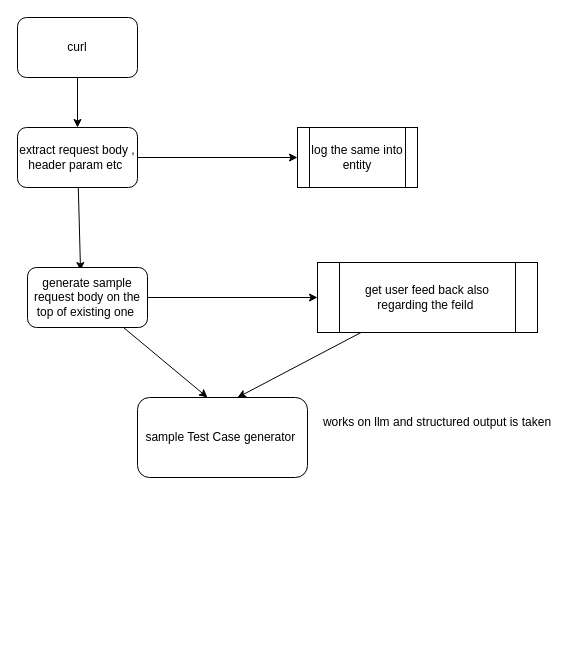
Earlier version of the draw.io diagram High_level_langGraph_design.drawio (gokul153/End_to_End_Testing_Automation_tool). Source tidied: cells renumbered, new cells numbered last; positions are measured from the earlier drawing's top-left corner, leaving out a move shared by most shapes. Both pictures are drawn from the tidied source at 100%, with x=0, y=0 at pixel (17, 17).
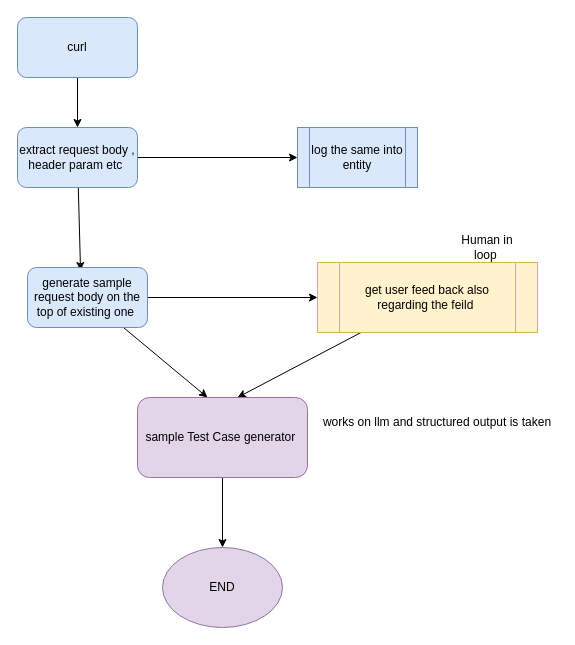
The same diagram, later.

Diff of the diagram source:
```diff
@@
 <mxGraphModel>
   <root>
     <mxCell id="0" />
     <mxCell id="1" parent="0" />
     <mxCell id="2" style="edgeStyle=none;html=1;" parent="1" edge="1" source="3" target="6">
       <mxGeometry relative="1" as="geometry" />
     </mxCell>
-    <mxCell id="3" value="curl" style="rounded=1;whiteSpace=wrap;html=1;" parent="1" vertex="1">
+    <mxCell id="3" value="curl" style="rounded=1;whiteSpace=wrap;html=1;fillColor=#dae8fc;strokeColor=#6c8ebf;" parent="1" vertex="1">
       <mxGeometry width="120" height="60" as="geometry" />
     </mxCell>
     <mxCell id="4" style="edgeStyle=none;html=1;" parent="1" edge="1" source="6" target="7">
       <mxGeometry relative="1" as="geometry" />
     </mxCell>
     <mxCell id="5" style="edgeStyle=none;html=1;entryX=0.442;entryY=0.05;entryDx=0;entryDy=0;entryPerimeter=0;" parent="1" edge="1" source="6" target="10">
       <mxGeometry relative="1" as="geometry" />
     </mxCell>
-    <mxCell id="6" value="extract request body , header param etc&amp;nbsp;" style="rounded=1;whiteSpace=wrap;html=1;" parent="1" vertex="1">
+    <mxCell id="6" value="extract request body , header param etc&amp;nbsp;" style="rounded=1;whiteSpace=wrap;html=1;fillColor=#dae8fc;strokeColor=#6c8ebf;" parent="1" vertex="1">
       <mxGeometry y="110" width="120" height="60" as="geometry" />
     </mxCell>
-    <mxCell id="7" value="log the same into entity" style="shape=process;whiteSpace=wrap;html=1;backgroundOutline=1;" parent="1" vertex="1">
+    <mxCell id="7" value="log the same into entity" style="shape=process;whiteSpace=wrap;html=1;backgroundOutline=1;fillColor=#dae8fc;strokeColor=#6c8ebf;" parent="1" vertex="1">
       <mxGeometry x="280" y="110" width="120" height="60" as="geometry" />
     </mxCell>
     <mxCell id="8" style="edgeStyle=none;html=1;" parent="1" edge="1" source="10" target="12">
       <mxGeometry relative="1" as="geometry" />
     </mxCell>
     <mxCell id="9" style="edgeStyle=none;html=1;" parent="1" edge="1" source="10">
       <mxGeometry relative="1" as="geometry">
         <mxPoint x="190" y="380" as="targetPoint" />
       </mxGeometry>
     </mxCell>
-    <mxCell id="10" value="generate sample request body on the top of existing one&amp;nbsp;" style="rounded=1;whiteSpace=wrap;html=1;" parent="1" vertex="1">
+    <mxCell id="10" value="generate sample request body on the top of existing one&amp;nbsp;" style="rounded=1;whiteSpace=wrap;html=1;fillColor=#dae8fc;strokeColor=#6c8ebf;" parent="1" vertex="1">
       <mxGeometry x="10" y="250" width="120" height="60" as="geometry" />
     </mxCell>
     <mxCell id="11" style="edgeStyle=none;html=1;" parent="1" edge="1" source="12">
       <mxGeometry relative="1" as="geometry">
         <mxPoint x="220" y="380" as="targetPoint" />
       </mxGeometry>
     </mxCell>
-    <mxCell id="12" value="get user feed back also regarding the feild&amp;nbsp;" style="shape=process;whiteSpace=wrap;html=1;backgroundOutline=1;" parent="1" vertex="1">
+    <mxCell id="12" value="get user feed back also regarding the feild&amp;nbsp;" style="shape=process;whiteSpace=wrap;html=1;backgroundOutline=1;fillColor=#fff2cc;strokeColor=#d6b656;" parent="1" vertex="1">
       <mxGeometry x="300" y="245" width="220" height="70" as="geometry" />
     </mxCell>
+    <mxCell id="15" style="edgeStyle=none;html=1;" parent="1" edge="1" source="13" target="17">
+      <mxGeometry relative="1" as="geometry" />
+    </mxCell>
-    <mxCell id="13" value="sample Test Case generator&amp;nbsp;" style="rounded=1;whiteSpace=wrap;html=1;" parent="1" vertex="1">
+    <mxCell id="13" value="sample Test Case generator&amp;nbsp;" style="rounded=1;whiteSpace=wrap;html=1;fillColor=#e1d5e7;strokeColor=#9673a6;" parent="1" vertex="1">
       <mxGeometry x="120" y="380" width="170" height="80" as="geometry" />
     </mxCell>
     <mxCell id="14" value="works on llm and structured output is taken" style="text;html=1;align=center;verticalAlign=middle;whiteSpace=wrap;rounded=0;" parent="1" vertex="1">
       <mxGeometry x="300" y="390" width="240" height="30" as="geometry" />
     </mxCell>
+    <mxCell id="16" value="Human in loop&amp;nbsp;" style="text;html=1;align=center;verticalAlign=middle;whiteSpace=wrap;rounded=0;" parent="1" vertex="1">
+      <mxGeometry x="440" y="215" width="60" height="30" as="geometry" />
+    </mxCell>
+    <mxCell id="17" value="END" style="ellipse;whiteSpace=wrap;html=1;fillColor=#e1d5e7;strokeColor=#9673a6;" parent="1" vertex="1">
+      <mxGeometry x="145" y="530" width="120" height="80" as="geometry" />
+    </mxCell>
   </root>
 </mxGraphModel>
```
